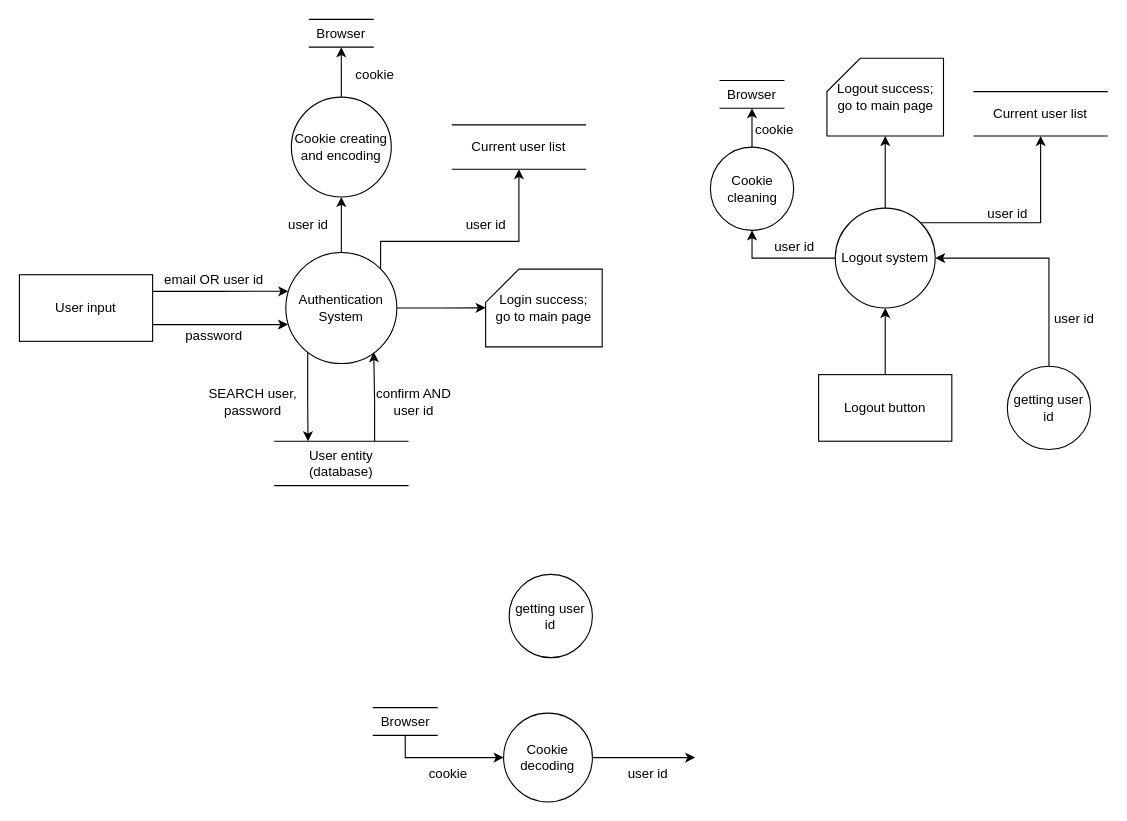
DonaldLamNL/buzzer keeps this draw.io diagram as DFD/User System.drawio. Above is the earlier version. Source tidied: cells renumbered, new cells numbered last; positions are measured from the earlier drawing's top-left corner, leaving out a move shared by most shapes. Both pictures are drawn from the tidied source at 111%, with x=0, y=0 at pixel (19, 19).
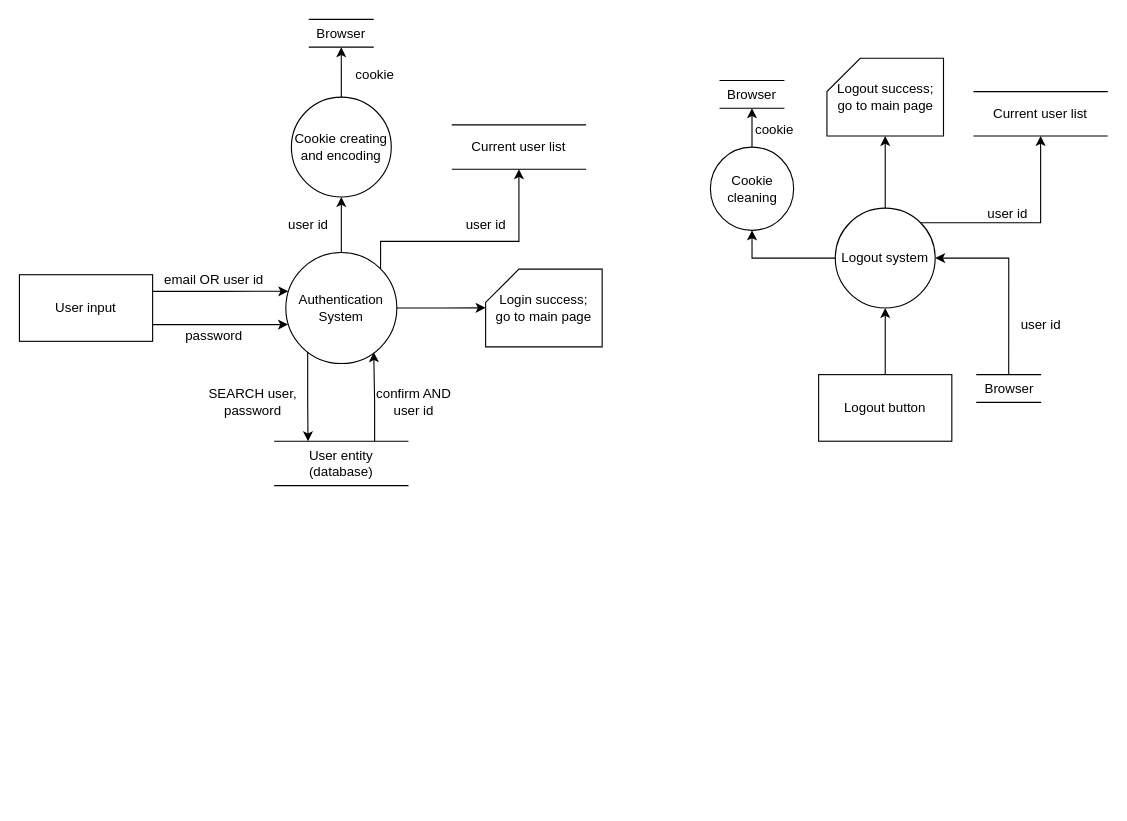
Above is the later version.

Unchanged cells that the change refers to:
```xml
<mxCell id="29" value="Logout system" style="ellipse;whiteSpace=wrap;html=1;rounded=0;strokeColor=default;fontFamily=Helvetica;fontSize=12;fontColor=default;fillColor=none;" parent="1" vertex="1">
  <mxGeometry x="735" y="170" width="90" height="90" as="geometry" />
</mxCell>
```

The edit, as a diff of the source:
```diff
@@
-    <mxCell id="30" style="edgeStyle=orthogonalEdgeStyle;rounded=0;jettySize=auto;html=1;exitX=0.5;exitY=1;exitDx=0;exitDy=0;entryX=0;entryY=0.5;entryDx=0;entryDy=0;" parent="1" edge="1" source="31" target="33">
-      <mxGeometry relative="1" as="geometry" />
-    </mxCell>
-    <mxCell id="31" value="Browser" style="shape=partialRectangle;whiteSpace=wrap;html=1;left=0;right=0;fillColor=none;rounded=0;strokeColor=default;fontFamily=Helvetica;fontSize=12;fontColor=default;" parent="1" vertex="1">
-      <mxGeometry x="318.8" y="620" width="57.5" height="25" as="geometry" />
-    </mxCell>
-    <mxCell id="32" style="edgeStyle=orthogonalEdgeStyle;rounded=0;jettySize=auto;html=1;exitX=1;exitY=0.5;exitDx=0;exitDy=0;" parent="1" edge="1" source="33">
-      <mxGeometry relative="1" as="geometry">
-        <mxPoint x="608.8" y="665" as="targetPoint" />
-      </mxGeometry>
-    </mxCell>
-    <mxCell id="33" value="Cookie decoding" style="ellipse;whiteSpace=wrap;html=1;rounded=0;strokeColor=default;fontFamily=Helvetica;fontSize=12;fontColor=default;fillColor=none;" parent="1" vertex="1">
-      <mxGeometry x="436.2" y="625" width="80" height="80" as="geometry" />
-    </mxCell>
-    <mxCell id="34" value="user id" style="text;html=1;align=center;verticalAlign=middle;strokeColor=none;fillColor=none;" parent="1" vertex="1">
-      <mxGeometry x="536.2" y="665" width="60" height="30" as="geometry" />
-    </mxCell>
-    <mxCell id="35" value="cookie" style="text;html=1;align=center;verticalAlign=middle;strokeColor=none;fillColor=none;" parent="1" vertex="1">
-      <mxGeometry x="356.2" y="665" width="60" height="30" as="geometry" />
-    </mxCell>
-    <mxCell id="36" style="edgeStyle=orthogonalEdgeStyle;rounded=0;jettySize=auto;html=1;exitX=0.5;exitY=0;exitDx=0;exitDy=0;entryX=1;entryY=0.5;entryDx=0;entryDy=0;" parent="1" edge="1" source="44" target="29">
-      <mxGeometry relative="1" as="geometry" />
-    </mxCell>
-    <mxCell id="37" value="user id" style="text;html=1;align=center;verticalAlign=middle;strokeColor=none;fillColor=none;" parent="1" vertex="1">
-      <mxGeometry x="920" y="255" width="60" height="30" as="geometry" />
-    </mxCell>
@@
-    <mxCell id="41" value="user id" style="text;html=1;align=center;verticalAlign=middle;strokeColor=none;fillColor=none;" parent="1" vertex="1">
-      <mxGeometry x="667.5" y="190" width="60" height="30" as="geometry" />
-    </mxCell>
@@
-    <mxCell id="44" value="getting user id" style="ellipse;whiteSpace=wrap;html=1;rounded=0;strokeColor=default;fontFamily=Helvetica;fontSize=12;fontColor=default;fillColor=none;" parent="1" vertex="1">
-      <mxGeometry x="890" y="312.5" width="75" height="75" as="geometry" />
-    </mxCell>
@@
-    <mxCell id="47" value="getting user id" style="ellipse;whiteSpace=wrap;html=1;rounded=0;strokeColor=default;fontFamily=Helvetica;fontSize=12;fontColor=default;fillColor=none;" parent="1" vertex="1">
-      <mxGeometry x="441.2" y="500" width="75" height="75" as="geometry" />
-    </mxCell>
+    <mxCell id="48" style="edgeStyle=orthogonalEdgeStyle;rounded=0;jettySize=auto;html=1;exitX=0.5;exitY=0;exitDx=0;exitDy=0;entryX=1;entryY=0.5;entryDx=0;entryDy=0;" parent="1" edge="1" source="31" target="29">
+      <mxGeometry relative="1" as="geometry" />
+    </mxCell>
+    <mxCell id="31" value="Browser" style="shape=partialRectangle;whiteSpace=wrap;html=1;left=0;right=0;fillColor=none;rounded=0;strokeColor=default;fontFamily=Helvetica;fontSize=12;fontColor=default;" parent="1" vertex="1">
+      <mxGeometry x="862.5" y="320" width="57.5" height="25" as="geometry" />
+    </mxCell>
+    <mxCell id="49" value="user id" style="text;html=1;align=center;verticalAlign=middle;strokeColor=none;fillColor=none;" parent="1" vertex="1">
+      <mxGeometry x="890" y="260" width="60" height="30" as="geometry" />
+    </mxCell>
```
